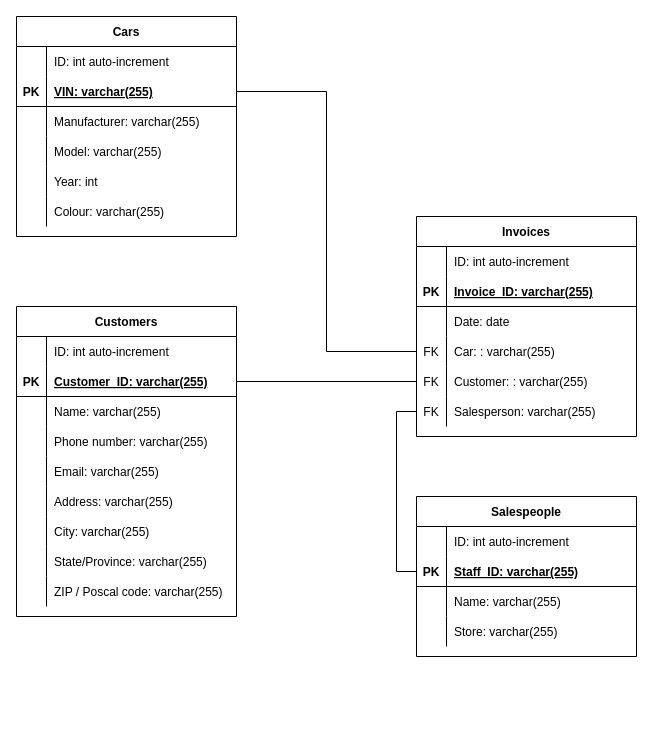
Above: Module01/Lab_20_SQL-Business-Cases/Database_structure.drawio in eric-martinet/IRONLABS (draw.io), before the change. Source tidied: cells renumbered, new cells numbered last; positions are measured from the earlier drawing's top-left corner, leaving out a move shared by most shapes. Both pictures are drawn from the tidied source at 100%, with x=0, y=0 at pixel (16, 16).
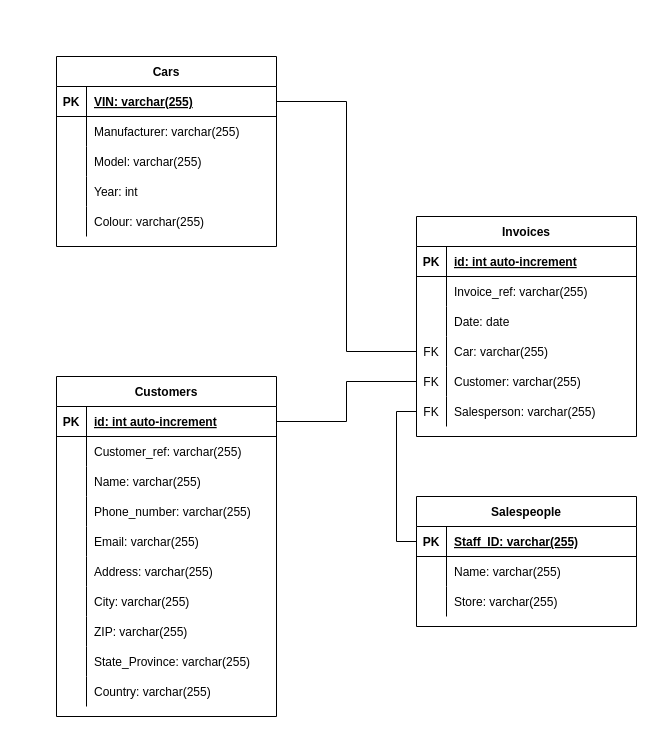
The same page after the edit.

Unchanged cells that the change refers to:
```xml
<mxCell id="31" style="shape=tableRow;horizontal=0;startSize=0;swimlaneHead=0;swimlaneBody=0;fillColor=none;top=0;left=0;right=0;bottom=0;" parent="21" vertex="1">
  <mxGeometry y="120" width="220" height="30" as="geometry" />
</mxCell>
<mxCell id="62" value="Invoices" style="shape=table;startSize=30;childLayout=tableLayout;rowLines=0;fontStyle=1;align=center;" parent="1" vertex="1">
  <mxGeometry x="400" y="200" width="220" height="220" as="geometry" />
</mxCell>
<mxCell id="72" style="shape=tableRow;horizontal=0;startSize=0;swimlaneHead=0;swimlaneBody=0;fillColor=none;points=[[0,0.5],[1,0.5]];portConstraint=eastwest;top=0;left=0;right=0;bottom=0;" parent="62" vertex="1">
  <mxGeometry y="120" width="220" height="30" as="geometry" />
</mxCell>
<mxCell id="75" style="shape=tableRow;horizontal=0;startSize=0;swimlaneHead=0;swimlaneBody=0;fillColor=none;points=[[0,0.5],[1,0.5]];portConstraint=eastwest;top=0;left=0;right=0;bottom=0;" parent="62" vertex="1">
  <mxGeometry y="150" width="220" height="30" as="geometry" />
</mxCell>
```

Change to the diagram source:
```diff
@@
     <mxCell id="2" value="Cars" style="shape=table;startSize=30;childLayout=tableLayout;rowLines=0;fontStyle=1;align=center;" parent="1" vertex="1">
-      <mxGeometry width="220" height="220" as="geometry" />
+      <mxGeometry x="40" y="40" width="220" height="190" as="geometry" />
     </mxCell>
-    <mxCell id="3" style="shape=tableRow;horizontal=0;startSize=0;swimlaneHead=0;swimlaneBody=0;fillColor=none;top=0;left=0;right=0;bottom=0;" parent="2" vertex="1">
-      <mxGeometry y="30" width="220" height="30" as="geometry" />
-    </mxCell>
-    <mxCell id="4" style="shape=partialRectangle;fillColor=none;top=0;left=0;bottom=0;right=0;overflow=hidden;" parent="3" vertex="1">
-      <mxGeometry width="30" height="30" as="geometry" />
-    </mxCell>
-    <mxCell id="5" value="ID: int auto-increment" style="shape=partialRectangle;fillColor=none;top=0;left=0;bottom=0;right=0;align=left;spacingLeft=6;overflow=hidden;" parent="3" vertex="1">
-      <mxGeometry x="30" width="190" height="30" as="geometry" />
-    </mxCell>
     <mxCell id="6" style="shape=tableRow;horizontal=0;startSize=0;swimlaneHead=0;swimlaneBody=0;fillColor=none;points=[[0,0.5],[1,0.5]];portConstraint=eastwest;top=0;left=0;right=0;bottom=1;" parent="2" vertex="1">
-      <mxGeometry y="60" width="220" height="30" as="geometry" />
+      <mxGeometry y="30" width="220" height="30" as="geometry" />
     </mxCell>
@@
     <mxCell id="9" style="shape=tableRow;horizontal=0;startSize=0;swimlaneHead=0;swimlaneBody=0;fillColor=none;top=0;left=0;right=0;bottom=0;" parent="2" vertex="1">
-      <mxGeometry y="90" width="220" height="30" as="geometry" />
+      <mxGeometry y="60" width="220" height="30" as="geometry" />
     </mxCell>
@@
     <mxCell id="12" style="shape=tableRow;horizontal=0;startSize=0;swimlaneHead=0;swimlaneBody=0;fillColor=none;top=0;left=0;right=0;bottom=0;" parent="2" vertex="1">
-      <mxGeometry y="120" width="220" height="30" as="geometry" />
+      <mxGeometry y="90" width="220" height="30" as="geometry" />
     </mxCell>
@@
     <mxCell id="15" style="shape=tableRow;horizontal=0;startSize=0;swimlaneHead=0;swimlaneBody=0;fillColor=none;top=0;left=0;right=0;bottom=0;" parent="2" vertex="1">
-      <mxGeometry y="150" width="220" height="30" as="geometry" />
+      <mxGeometry y="120" width="220" height="30" as="geometry" />
     </mxCell>
@@
     <mxCell id="18" style="shape=tableRow;horizontal=0;startSize=0;swimlaneHead=0;swimlaneBody=0;fillColor=none;top=0;left=0;right=0;bottom=0;" parent="2" vertex="1">
-      <mxGeometry y="180" width="220" height="30" as="geometry" />
+      <mxGeometry y="150" width="220" height="30" as="geometry" />
     </mxCell>
@@
     <mxCell id="21" value="Customers" style="shape=table;startSize=30;childLayout=tableLayout;rowLines=0;fontStyle=1;align=center;" parent="1" vertex="1">
-      <mxGeometry y="290" width="220" height="310" as="geometry" />
+      <mxGeometry x="40" y="360" width="220" height="340" as="geometry" />
     </mxCell>
-    <mxCell id="22" style="shape=tableRow;horizontal=0;startSize=0;swimlaneHead=0;swimlaneBody=0;fillColor=none;top=0;left=0;right=0;bottom=0;" parent="21" vertex="1">
-      <mxGeometry y="30" width="220" height="30" as="geometry" />
-    </mxCell>
-    <mxCell id="23" style="shape=partialRectangle;fillColor=none;top=0;left=0;bottom=0;right=0;overflow=hidden;" parent="22" vertex="1">
-      <mxGeometry width="30" height="30" as="geometry" />
-    </mxCell>
-    <mxCell id="24" value="ID: int auto-increment" style="shape=partialRectangle;fillColor=none;top=0;left=0;bottom=0;right=0;align=left;spacingLeft=6;overflow=hidden;" parent="22" vertex="1">
-      <mxGeometry x="30" width="190" height="30" as="geometry" />
-    </mxCell>
     <mxCell id="25" style="shape=tableRow;horizontal=0;startSize=0;swimlaneHead=0;swimlaneBody=0;fillColor=none;points=[[0,0.5],[1,0.5]];portConstraint=eastwest;top=0;left=0;right=0;bottom=1;" parent="21" vertex="1">
-      <mxGeometry y="60" width="220" height="30" as="geometry" />
+      <mxGeometry y="30" width="220" height="30" as="geometry" />
     </mxCell>
@@
-    <mxCell id="27" value="Customer_ID: varchar(255)" style="shape=partialRectangle;fillColor=none;top=0;left=0;bottom=0;right=0;align=left;spacingLeft=6;fontStyle=5;overflow=hidden;" parent="25" vertex="1">
+    <mxCell id="27" value="id: int auto-increment" style="shape=partialRectangle;fillColor=none;top=0;left=0;bottom=0;right=0;align=left;spacingLeft=6;fontStyle=5;overflow=hidden;" parent="25" vertex="1">
       <mxGeometry x="30" width="190" height="30" as="geometry" />
     </mxCell>
+    <mxCell id="84" style="shape=tableRow;horizontal=0;startSize=0;swimlaneHead=0;swimlaneBody=0;fillColor=none;top=0;left=0;right=0;bottom=0;" parent="21" vertex="1">
+      <mxGeometry y="60" width="220" height="30" as="geometry" />
+    </mxCell>
+    <mxCell id="85" style="shape=partialRectangle;fillColor=none;top=0;left=0;bottom=0;right=0;overflow=hidden;" parent="84" vertex="1">
+      <mxGeometry width="30" height="30" as="geometry" />
+    </mxCell>
+    <mxCell id="86" value="Customer_ref: varchar(255)" style="shape=partialRectangle;fillColor=none;top=0;left=0;bottom=0;right=0;align=left;spacingLeft=6;overflow=hidden;" parent="84" vertex="1">
+      <mxGeometry x="30" width="190" height="30" as="geometry" />
+    </mxCell>
@@
-    <mxCell id="33" value="Phone number: varchar(255)" style="shape=partialRectangle;fillColor=none;top=0;left=0;bottom=0;right=0;align=left;spacingLeft=6;overflow=hidden;" parent="31" vertex="1">
+    <mxCell id="33" value="Phone_number: varchar(255)" style="shape=partialRectangle;fillColor=none;top=0;left=0;bottom=0;right=0;align=left;spacingLeft=6;overflow=hidden;" parent="31" vertex="1">
       <mxGeometry x="30" width="190" height="30" as="geometry" />
     </mxCell>
@@
+    <mxCell id="87" style="shape=tableRow;horizontal=0;startSize=0;swimlaneHead=0;swimlaneBody=0;fillColor=none;top=0;left=0;right=0;bottom=0;" parent="21" vertex="1">
+      <mxGeometry y="240" width="220" height="30" as="geometry" />
+    </mxCell>
+    <mxCell id="88" style="shape=partialRectangle;fillColor=none;top=0;left=0;bottom=0;right=0;overflow=hidden;" parent="87" vertex="1">
+      <mxGeometry width="30" height="30" as="geometry" />
+    </mxCell>
+    <mxCell id="89" value="ZIP: varchar(255)" style="shape=partialRectangle;fillColor=none;top=0;left=0;bottom=0;right=0;align=left;spacingLeft=6;overflow=hidden;" parent="87" vertex="1">
+      <mxGeometry x="30" width="190" height="30" as="geometry" />
+    </mxCell>
     <mxCell id="43" style="shape=tableRow;horizontal=0;startSize=0;swimlaneHead=0;swimlaneBody=0;fillColor=none;top=0;left=0;right=0;bottom=0;" parent="21" vertex="1">
-      <mxGeometry y="240" width="220" height="30" as="geometry" />
+      <mxGeometry y="270" width="220" height="30" as="geometry" />
     </mxCell>
@@
-    <mxCell id="45" value="State/Province: varchar(255)" style="shape=partialRectangle;fillColor=none;top=0;left=0;bottom=0;right=0;align=left;spacingLeft=6;overflow=hidden;" parent="43" vertex="1">
+    <mxCell id="45" value="State_Province: varchar(255)" style="shape=partialRectangle;fillColor=none;top=0;left=0;bottom=0;right=0;align=left;spacingLeft=6;overflow=hidden;" parent="43" vertex="1">
       <mxGeometry x="30" width="190" height="30" as="geometry" />
     </mxCell>
     <mxCell id="46" style="shape=tableRow;horizontal=0;startSize=0;swimlaneHead=0;swimlaneBody=0;fillColor=none;top=0;left=0;right=0;bottom=0;" parent="21" vertex="1">
-      <mxGeometry y="270" width="220" height="30" as="geometry" />
+      <mxGeometry y="300" width="220" height="30" as="geometry" />
     </mxCell>
@@
-    <mxCell id="48" value="ZIP / Poscal code: varchar(255)" style="shape=partialRectangle;fillColor=none;top=0;left=0;bottom=0;right=0;align=left;spacingLeft=6;overflow=hidden;" parent="46" vertex="1">
+    <mxCell id="48" value="Country: varchar(255)" style="shape=partialRectangle;fillColor=none;top=0;left=0;bottom=0;right=0;align=left;spacingLeft=6;overflow=hidden;" parent="46" vertex="1">
       <mxGeometry x="30" width="190" height="30" as="geometry" />
     </mxCell>
     <mxCell id="49" value="Salespeople" style="shape=table;startSize=30;childLayout=tableLayout;rowLines=0;fontStyle=1;align=center;" parent="1" vertex="1">
-      <mxGeometry x="400" y="480" width="220" height="160" as="geometry" />
+      <mxGeometry x="400" y="480" width="220" height="130" as="geometry" />
     </mxCell>
-    <mxCell id="50" style="shape=tableRow;horizontal=0;startSize=0;swimlaneHead=0;swimlaneBody=0;fillColor=none;top=0;left=0;right=0;bottom=0;" parent="49" vertex="1">
-      <mxGeometry y="30" width="220" height="30" as="geometry" />
-    </mxCell>
-    <mxCell id="51" style="shape=partialRectangle;fillColor=none;top=0;left=0;bottom=0;right=0;overflow=hidden;" parent="50" vertex="1">
-      <mxGeometry width="30" height="30" as="geometry" />
-    </mxCell>
-    <mxCell id="52" value="ID: int auto-increment" style="shape=partialRectangle;fillColor=none;top=0;left=0;bottom=0;right=0;align=left;spacingLeft=6;overflow=hidden;" parent="50" vertex="1">
-      <mxGeometry x="30" width="190" height="30" as="geometry" />
-    </mxCell>
     <mxCell id="53" style="shape=tableRow;horizontal=0;startSize=0;swimlaneHead=0;swimlaneBody=0;fillColor=none;points=[[0,0.5],[1,0.5]];portConstraint=eastwest;top=0;left=0;right=0;bottom=1;" parent="49" vertex="1">
-      <mxGeometry y="60" width="220" height="30" as="geometry" />
+      <mxGeometry y="30" width="220" height="30" as="geometry" />
     </mxCell>
@@
     <mxCell id="56" style="shape=tableRow;horizontal=0;startSize=0;swimlaneHead=0;swimlaneBody=0;fillColor=none;top=0;left=0;right=0;bottom=0;" parent="49" vertex="1">
-      <mxGeometry y="90" width="220" height="30" as="geometry" />
+      <mxGeometry y="60" width="220" height="30" as="geometry" />
     </mxCell>
@@
     <mxCell id="59" style="shape=tableRow;horizontal=0;startSize=0;swimlaneHead=0;swimlaneBody=0;fillColor=none;top=0;left=0;right=0;bottom=0;" parent="49" vertex="1">
-      <mxGeometry y="120" width="220" height="30" as="geometry" />
+      <mxGeometry y="90" width="220" height="30" as="geometry" />
     </mxCell>
@@
-    <mxCell id="63" style="shape=tableRow;horizontal=0;startSize=0;swimlaneHead=0;swimlaneBody=0;fillColor=none;top=0;left=0;right=0;bottom=0;" parent="62" vertex="1">
-      <mxGeometry y="30" width="220" height="30" as="geometry" />
-    </mxCell>
-    <mxCell id="64" style="shape=partialRectangle;fillColor=none;top=0;left=0;bottom=0;right=0;overflow=hidden;" parent="63" vertex="1">
-      <mxGeometry width="30" height="30" as="geometry" />
-    </mxCell>
-    <mxCell id="65" value="ID: int auto-increment" style="shape=partialRectangle;fillColor=none;top=0;left=0;bottom=0;right=0;align=left;spacingLeft=6;overflow=hidden;" parent="63" vertex="1">
-      <mxGeometry x="30" width="190" height="30" as="geometry" />
-    </mxCell>
     <mxCell id="66" style="shape=tableRow;horizontal=0;startSize=0;swimlaneHead=0;swimlaneBody=0;fillColor=none;top=0;left=0;right=0;bottom=1;" parent="62" vertex="1">
-      <mxGeometry y="60" width="220" height="30" as="geometry" />
+      <mxGeometry y="30" width="220" height="30" as="geometry" />
     </mxCell>
@@
-    <mxCell id="68" value="Invoice_ID: varchar(255)" style="shape=partialRectangle;fillColor=none;top=0;left=0;bottom=0;right=0;align=left;spacingLeft=6;fontStyle=5;overflow=hidden;" parent="66" vertex="1">
+    <mxCell id="68" value="id: int auto-increment" style="shape=partialRectangle;fillColor=none;top=0;left=0;bottom=0;right=0;align=left;spacingLeft=6;fontStyle=5;overflow=hidden;" parent="66" vertex="1">
       <mxGeometry x="30" width="190" height="30" as="geometry" />
     </mxCell>
+    <mxCell id="90" style="shape=tableRow;horizontal=0;startSize=0;swimlaneHead=0;swimlaneBody=0;fillColor=none;top=0;left=0;right=0;bottom=0;" parent="62" vertex="1">
+      <mxGeometry y="60" width="220" height="30" as="geometry" />
+    </mxCell>
+    <mxCell id="91" style="shape=partialRectangle;fillColor=none;top=0;left=0;bottom=0;right=0;overflow=hidden;" parent="90" vertex="1">
+      <mxGeometry width="30" height="30" as="geometry" />
+    </mxCell>
+    <mxCell id="92" value="Invoice_ref: varchar(255)" style="shape=partialRectangle;fillColor=none;top=0;left=0;bottom=0;right=0;align=left;spacingLeft=6;overflow=hidden;" parent="90" vertex="1">
+      <mxGeometry x="30" width="190" height="30" as="geometry" />
+    </mxCell>
@@
-    <mxCell id="74" value="Car: : varchar(255)" style="shape=partialRectangle;fillColor=none;top=0;left=0;bottom=0;right=0;align=left;spacingLeft=6;fontStyle=0;overflow=hidden;" parent="72" vertex="1">
+    <mxCell id="74" value="Car: varchar(255)" style="shape=partialRectangle;fillColor=none;top=0;left=0;bottom=0;right=0;align=left;spacingLeft=6;fontStyle=0;overflow=hidden;" parent="72" vertex="1">
       <mxGeometry x="30" width="190" height="30" as="geometry" />
     </mxCell>
@@
-    <mxCell id="77" value="Customer: : varchar(255)" style="shape=partialRectangle;fillColor=none;top=0;left=0;bottom=0;right=0;align=left;spacingLeft=6;fontStyle=0;overflow=hidden;" parent="75" vertex="1">
+    <mxCell id="77" value="Customer: varchar(255)" style="shape=partialRectangle;fillColor=none;top=0;left=0;bottom=0;right=0;align=left;spacingLeft=6;fontStyle=0;overflow=hidden;" parent="75" vertex="1">
       <mxGeometry x="30" width="190" height="30" as="geometry" />
     </mxCell>
```
